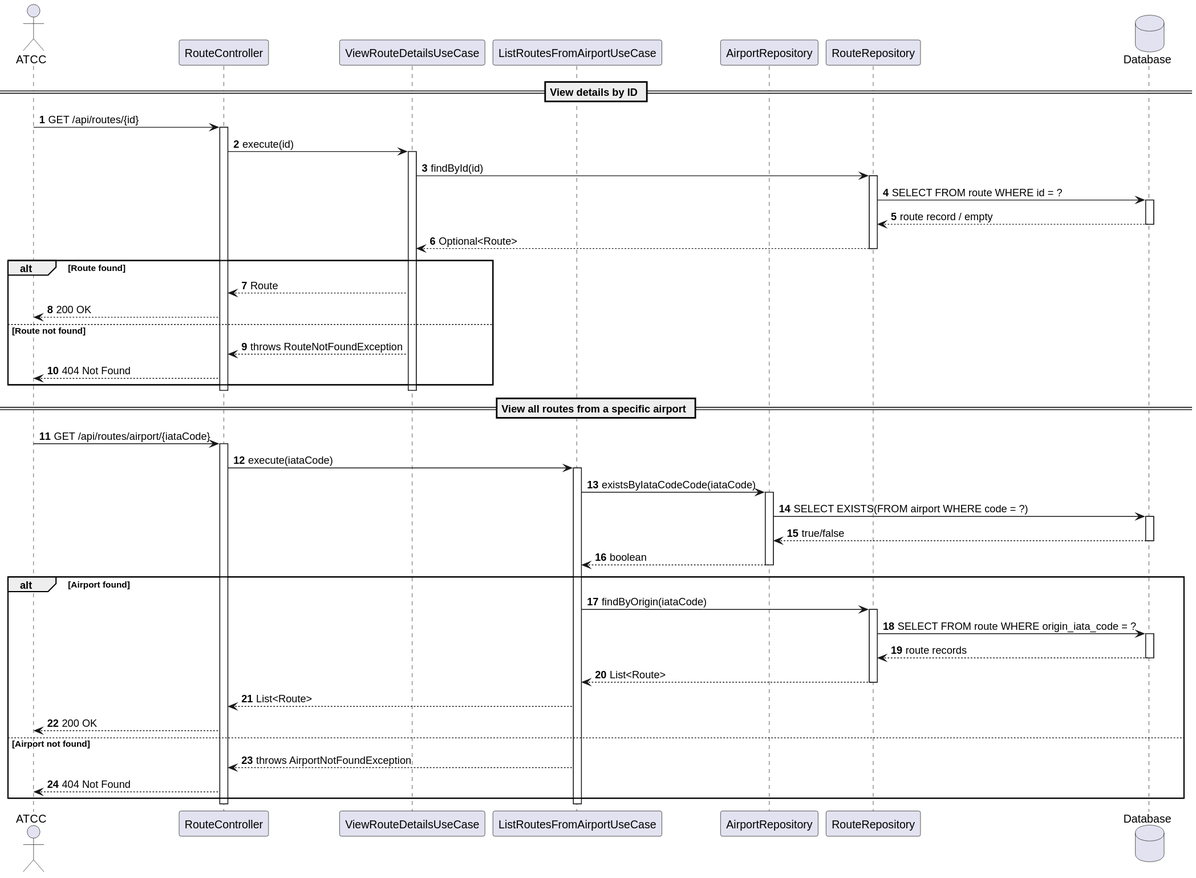
Above: docs/system-documentation/use-cases/WP3A/US113/svg/sd_us113.svg in VascoMagolo/psoft_1231562_1241692_1242036_2db (PlantUML), before the change.
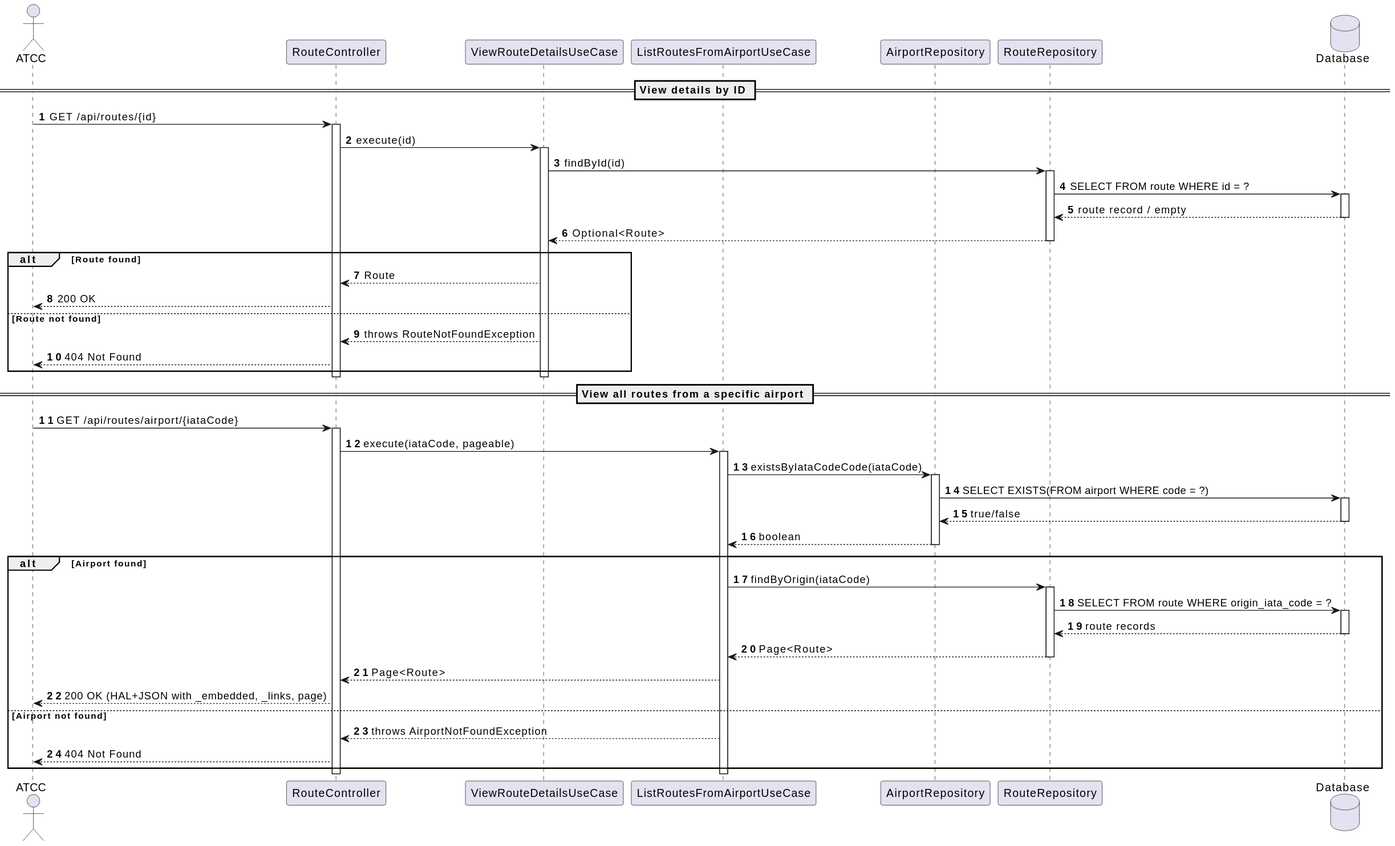
Above is the later version.

Diff of the diagram source:
```diff
@@ -37,7 +37,7 @@
 == View all routes from a specific airport ==
 Actor -> Ctrl : GET /api/routes/airport/{iataCode}
 activate Ctrl
-Ctrl -> ListUC : execute(iataCode)
+Ctrl -> ListUC : execute(iataCode, pageable)
 activate ListUC
 
 ListUC -> AirportRepo : existsByIataCodeCode(iataCode)
@@ -56,10 +56,10 @@
     activate DB
     DB --> RouteRepo : route records
     deactivate DB
-    RouteRepo --> ListUC : List<Route>
+    RouteRepo --> ListUC : Page<Route>
     deactivate RouteRepo
-    ListUC --> Ctrl : List<Route>
-    Ctrl --> Actor : 200 OK
+    ListUC --> Ctrl : Page<Route>
+    Ctrl --> Actor : 200 OK (HAL+JSON with _embedded, _links, page)
 else Airport not found
     ListUC --> Ctrl : throws AirportNotFoundException
     Ctrl --> Actor : 404 Not Found
```
